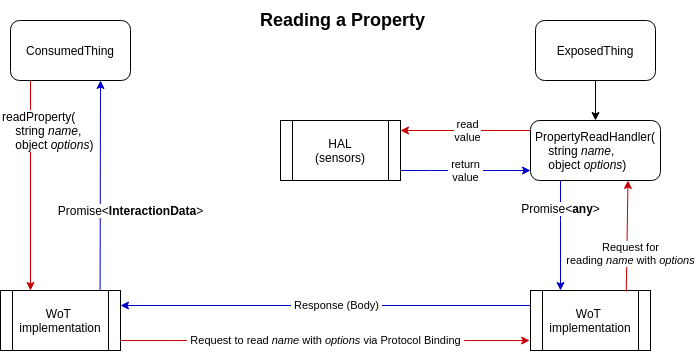
Before: wot-scripting-api/images/scripting-read-data.png, a diagram exported from draw.io (zolkis/github.io). Source tidied: cells renumbered, new cells last; positions are measured from the earlier drawing's top-left corner, leaving out a move shared by most shapes. Its diagram source:
```xml
<mxGraphModel>
  <root>
    <mxCell id="0" />
    <mxCell id="1" parent="0" />
    <mxCell id="2" value="&lt;font style=&quot;font-size: 12px&quot;&gt;readProperty(&lt;br&gt;&amp;nbsp; &amp;nbsp; string &lt;i&gt;name&lt;/i&gt;,&lt;br&gt;&amp;nbsp; &amp;nbsp; object &lt;i&gt;options&lt;/i&gt;)&lt;/font&gt;" style="edgeStyle=orthogonalEdgeStyle;rounded=0;jettySize=auto;html=1;exitX=0.25;exitY=1;exitDx=0;exitDy=0;strokeColor=#CC0000;entryX=0.25;entryY=0;entryDx=0;entryDy=0;align=left;" parent="1" edge="1" source="3" target="5">
      <mxGeometry x="-0.45" y="-30" relative="1" as="geometry">
        <Array as="points">
          <mxPoint x="30" y="80" />
        </Array>
      </mxGeometry>
    </mxCell>
    <mxCell id="3" value="ConsumedThing" style="rounded=1;whiteSpace=wrap;html=1;" parent="1" vertex="1">
      <mxGeometry x="10" y="20" width="120" height="60" as="geometry" />
    </mxCell>
    <mxCell id="4" value="&amp;nbsp;Request to read &lt;i&gt;name&lt;/i&gt; with &lt;i&gt;options&lt;/i&gt; via Protocol Binding&amp;nbsp;" style="edgeStyle=orthogonalEdgeStyle;rounded=0;jettySize=auto;html=1;exitX=1.005;exitY=0.834;exitDx=0;exitDy=0;entryX=-0.007;entryY=0.834;entryDx=0;entryDy=0;strokeColor=#CC0000;exitPerimeter=0;entryPerimeter=0;" parent="1" edge="1" source="5" target="9">
      <mxGeometry relative="1" as="geometry" />
    </mxCell>
    <mxCell id="5" value="WoT &lt;br&gt;implementation" style="shape=process;whiteSpace=wrap;html=1;backgroundOutline=1;" parent="1" vertex="1">
      <mxGeometry y="290" width="120" height="60" as="geometry" />
    </mxCell>
    <mxCell id="6" style="edgeStyle=orthogonalEdgeStyle;rounded=0;jettySize=auto;html=1;exitX=0.5;exitY=1;exitDx=0;exitDy=0;entryX=0.5;entryY=0;entryDx=0;entryDy=0;" parent="1" edge="1" source="7" target="12">
      <mxGeometry relative="1" as="geometry" />
    </mxCell>
    <mxCell id="7" value="ExposedThing" style="rounded=1;whiteSpace=wrap;html=1;" parent="1" vertex="1">
      <mxGeometry x="535" y="20" width="120" height="60" as="geometry" />
    </mxCell>
    <mxCell id="8" value="&amp;nbsp;Response (Body)&amp;nbsp;" style="edgeStyle=orthogonalEdgeStyle;rounded=0;jettySize=auto;html=1;strokeColor=#0000CC;entryX=1;entryY=0.25;entryDx=0;entryDy=0;" parent="1" edge="1" target="5">
      <mxGeometry x="-0.05" relative="1" as="geometry">
        <mxPoint x="530" y="305" as="sourcePoint" />
        <Array as="points">
          <mxPoint x="530" y="305" />
        </Array>
      </mxGeometry>
    </mxCell>
    <mxCell id="9" value="WoT &lt;br&gt;implementation" style="shape=process;whiteSpace=wrap;html=1;backgroundOutline=1;" parent="1" vertex="1">
      <mxGeometry x="530" y="290" width="120" height="60" as="geometry" />
    </mxCell>
    <mxCell id="10" value="read&lt;br&gt;value" style="edgeStyle=orthogonalEdgeStyle;rounded=0;jettySize=auto;html=1;exitX=0;exitY=0.25;exitDx=0;exitDy=0;strokeColor=#CC0000;" parent="1" edge="1" source="12" target="14">
      <mxGeometry relative="1" as="geometry">
        <Array as="points">
          <mxPoint x="530" y="130" />
        </Array>
      </mxGeometry>
    </mxCell>
    <mxCell id="11" value="&lt;font style=&quot;font-size: 12px&quot;&gt;Promise&amp;lt;&lt;b&gt;any&lt;/b&gt;&amp;gt;&lt;/font&gt;" style="edgeStyle=orthogonalEdgeStyle;rounded=0;jettySize=auto;html=1;exitX=0.25;exitY=1;exitDx=0;exitDy=0;strokeColor=#0000CC;entryX=0.25;entryY=0;entryDx=0;entryDy=0;" parent="1" edge="1" source="12" target="9">
      <mxGeometry x="-0.27" y="-10" relative="1" as="geometry">
        <Array as="points">
          <mxPoint x="560" y="220" />
          <mxPoint x="560" y="220" />
        </Array>
        <mxPoint x="10" y="-10" as="offset" />
      </mxGeometry>
    </mxCell>
    <mxCell id="12" value="&lt;div style=&quot;text-align: left&quot;&gt;&lt;span&gt;PropertyReadHandler(&lt;/span&gt;&lt;/div&gt;&lt;div style=&quot;text-align: left&quot;&gt;&lt;span&gt;&amp;nbsp; &amp;nbsp; string &lt;/span&gt;&lt;i&gt;name&lt;/i&gt;&lt;span&gt;,&lt;/span&gt;&lt;/div&gt;&lt;div style=&quot;text-align: left&quot;&gt;&lt;span&gt;&amp;nbsp; &amp;nbsp; object &lt;/span&gt;&lt;i&gt;options&lt;/i&gt;&lt;span&gt;)&lt;/span&gt;&lt;/div&gt;" style="rounded=1;whiteSpace=wrap;html=1;" parent="1" vertex="1">
      <mxGeometry x="530" y="120" width="130" height="60" as="geometry" />
    </mxCell>
    <mxCell id="13" value="&amp;nbsp;return &lt;br&gt;value" style="edgeStyle=orthogonalEdgeStyle;rounded=0;jettySize=auto;html=1;strokeColor=#0000CC;" parent="1" edge="1" source="14">
      <mxGeometry relative="1" as="geometry">
        <mxPoint x="530" y="170" as="targetPoint" />
        <Array as="points">
          <mxPoint x="430" y="170" />
          <mxPoint x="430" y="170" />
        </Array>
      </mxGeometry>
    </mxCell>
    <mxCell id="14" value="HAL&lt;br&gt;(sensors)" style="shape=process;whiteSpace=wrap;html=1;backgroundOutline=1;" parent="1" vertex="1">
      <mxGeometry x="280" y="120" width="120" height="60" as="geometry" />
    </mxCell>
    <mxCell id="15" value="Request for&lt;br&gt;reading &lt;i&gt;name&lt;/i&gt; with &lt;i&gt;options&lt;/i&gt;" style="endArrow=classic;html=1;strokeColor=#CC0000;exitX=0.798;exitY=0.018;exitDx=0;exitDy=0;exitPerimeter=0;entryX=0.75;entryY=1;entryDx=0;entryDy=0;" parent="1" edge="1" source="9" target="12">
      <mxGeometry x="-0.31" y="-4" relative="1" as="geometry" />
    </mxCell>
    <mxCell id="16" value="&lt;font style=&quot;font-size: 12px&quot;&gt;&amp;nbsp;Promise&amp;lt;&lt;b&gt;&lt;font&gt;InteractionData&lt;/font&gt;&lt;/b&gt;&amp;gt;&amp;nbsp;&lt;/font&gt;" style="endArrow=classic;html=1;strokeColor=#0000CC;exitX=0.83;exitY=-0.01;exitDx=0;exitDy=0;exitPerimeter=0;entryX=0.75;entryY=1;entryDx=0;entryDy=0;" parent="1" edge="1" source="5" target="3">
      <mxGeometry x="-0.24" y="-30" relative="1" as="geometry" />
    </mxCell>
    <mxCell id="17" value="&lt;font style=&quot;font-size: 18px&quot;&gt;&lt;b&gt;&amp;nbsp;Reading a Property&lt;/b&gt;&lt;/font&gt;" style="text;html=1;strokeColor=none;fillColor=none;align=center;verticalAlign=middle;whiteSpace=wrap;rounded=0;" parent="1" vertex="1">
      <mxGeometry x="250" width="180" height="40" as="geometry" />
    </mxCell>
  </root>
</mxGraphModel>
```
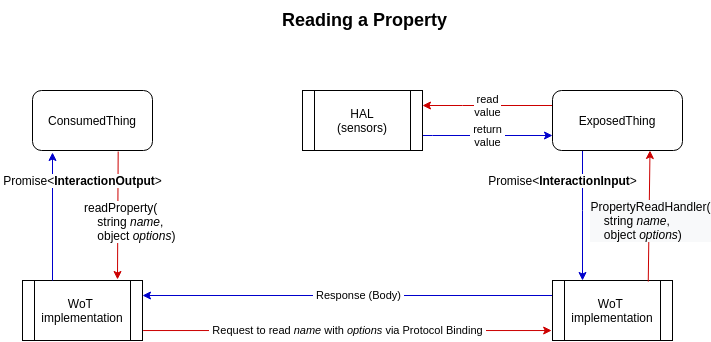
The same diagram one commit later.

Commit message:
WoT Scripting: add InteractionInput and InteractionOutput

Diff of the diagram source:
```diff
@@ -2,15 +2,17 @@
   <root>
     <mxCell id="0" />
     <mxCell id="1" parent="0" />
-    <mxCell id="2" value="&lt;font style=&quot;font-size: 12px&quot;&gt;readProperty(&lt;br&gt;&amp;nbsp; &amp;nbsp; string &lt;i&gt;name&lt;/i&gt;,&lt;br&gt;&amp;nbsp; &amp;nbsp; object &lt;i&gt;options&lt;/i&gt;)&lt;/font&gt;" style="edgeStyle=orthogonalEdgeStyle;rounded=0;jettySize=auto;html=1;exitX=0.25;exitY=1;exitDx=0;exitDy=0;strokeColor=#CC0000;entryX=0.25;entryY=0;entryDx=0;entryDy=0;align=left;" parent="1" edge="1" source="3" target="5">
-      <mxGeometry x="-0.45" y="-30" relative="1" as="geometry">
+    <mxCell id="2" value="&lt;font style=&quot;font-size: 12px&quot;&gt;readProperty(&lt;br&gt;&amp;nbsp; &amp;nbsp; string &lt;i&gt;name&lt;/i&gt;,&lt;br&gt;&amp;nbsp; &amp;nbsp; object &lt;i&gt;options&lt;/i&gt;)&lt;/font&gt;" style="edgeStyle=orthogonalEdgeStyle;rounded=0;jettySize=auto;html=1;strokeColor=#CC0000;align=left;exitX=0.714;exitY=1.017;exitDx=0;exitDy=0;exitPerimeter=0;" parent="1" edge="1" source="3">
+      <mxGeometry x="0.1" y="-35" relative="1" as="geometry">
+        <mxPoint x="95" y="289" as="targetPoint" />
         <Array as="points">
-          <mxPoint x="30" y="80" />
+          <mxPoint x="96" y="160" />
+          <mxPoint x="95" y="160" />
         </Array>
       </mxGeometry>
     </mxCell>
     <mxCell id="3" value="ConsumedThing" style="rounded=1;whiteSpace=wrap;html=1;" parent="1" vertex="1">
-      <mxGeometry x="10" y="20" width="120" height="60" as="geometry" />
+      <mxGeometry x="10" y="100" width="120" height="60" as="geometry" />
     </mxCell>
     <mxCell id="4" value="&amp;nbsp;Request to read &lt;i&gt;name&lt;/i&gt; with &lt;i&gt;options&lt;/i&gt; via Protocol Binding&amp;nbsp;" style="edgeStyle=orthogonalEdgeStyle;rounded=0;jettySize=auto;html=1;exitX=1.005;exitY=0.834;exitDx=0;exitDy=0;entryX=-0.007;entryY=0.834;entryDx=0;entryDy=0;strokeColor=#CC0000;exitPerimeter=0;entryPerimeter=0;" parent="1" edge="1" source="5" target="9">
       <mxGeometry relative="1" as="geometry" />
@@ -18,12 +20,6 @@
     <mxCell id="5" value="WoT &lt;br&gt;implementation" style="shape=process;whiteSpace=wrap;html=1;backgroundOutline=1;" parent="1" vertex="1">
       <mxGeometry y="290" width="120" height="60" as="geometry" />
     </mxCell>
-    <mxCell id="6" style="edgeStyle=orthogonalEdgeStyle;rounded=0;jettySize=auto;html=1;exitX=0.5;exitY=1;exitDx=0;exitDy=0;entryX=0.5;entryY=0;entryDx=0;entryDy=0;" parent="1" edge="1" source="7" target="12">
-      <mxGeometry relative="1" as="geometry" />
-    </mxCell>
-    <mxCell id="7" value="ExposedThing" style="rounded=1;whiteSpace=wrap;html=1;" parent="1" vertex="1">
-      <mxGeometry x="535" y="20" width="120" height="60" as="geometry" />
-    </mxCell>
     <mxCell id="8" value="&amp;nbsp;Response (Body)&amp;nbsp;" style="edgeStyle=orthogonalEdgeStyle;rounded=0;jettySize=auto;html=1;strokeColor=#0000CC;entryX=1;entryY=0.25;entryDx=0;entryDy=0;" parent="1" edge="1" target="5">
       <mxGeometry x="-0.05" relative="1" as="geometry">
         <mxPoint x="530" y="305" as="sourcePoint" />
@@ -38,42 +34,43 @@
     <mxCell id="10" value="read&lt;br&gt;value" style="edgeStyle=orthogonalEdgeStyle;rounded=0;jettySize=auto;html=1;exitX=0;exitY=0.25;exitDx=0;exitDy=0;strokeColor=#CC0000;" parent="1" edge="1" source="12" target="14">
       <mxGeometry relative="1" as="geometry">
         <Array as="points">
-          <mxPoint x="530" y="130" />
+          <mxPoint x="440" y="115" />
+          <mxPoint x="440" y="115" />
         </Array>
       </mxGeometry>
     </mxCell>
-    <mxCell id="11" value="&lt;font style=&quot;font-size: 12px&quot;&gt;Promise&amp;lt;&lt;b&gt;any&lt;/b&gt;&amp;gt;&lt;/font&gt;" style="edgeStyle=orthogonalEdgeStyle;rounded=0;jettySize=auto;html=1;exitX=0.25;exitY=1;exitDx=0;exitDy=0;strokeColor=#0000CC;entryX=0.25;entryY=0;entryDx=0;entryDy=0;" parent="1" edge="1" source="12" target="9">
-      <mxGeometry x="-0.27" y="-10" relative="1" as="geometry">
+    <mxCell id="11" value="&lt;font style=&quot;font-size: 12px&quot;&gt;Promise&amp;lt;&lt;b&gt;InteractionInput&lt;/b&gt;&amp;gt;&lt;/font&gt;" style="edgeStyle=orthogonalEdgeStyle;rounded=0;jettySize=auto;html=1;exitX=0.25;exitY=1;exitDx=0;exitDy=0;strokeColor=#0000CC;entryX=0.25;entryY=0;entryDx=0;entryDy=0;" parent="1" edge="1" source="12" target="9">
+      <mxGeometry x="-0.51" y="-20" relative="1" as="geometry">
         <Array as="points">
           <mxPoint x="560" y="220" />
           <mxPoint x="560" y="220" />
         </Array>
-        <mxPoint x="10" y="-10" as="offset" />
       </mxGeometry>
     </mxCell>
-    <mxCell id="12" value="&lt;div style=&quot;text-align: left&quot;&gt;&lt;span&gt;PropertyReadHandler(&lt;/span&gt;&lt;/div&gt;&lt;div style=&quot;text-align: left&quot;&gt;&lt;span&gt;&amp;nbsp; &amp;nbsp; string &lt;/span&gt;&lt;i&gt;name&lt;/i&gt;&lt;span&gt;,&lt;/span&gt;&lt;/div&gt;&lt;div style=&quot;text-align: left&quot;&gt;&lt;span&gt;&amp;nbsp; &amp;nbsp; object &lt;/span&gt;&lt;i&gt;options&lt;/i&gt;&lt;span&gt;)&lt;/span&gt;&lt;/div&gt;" style="rounded=1;whiteSpace=wrap;html=1;" parent="1" vertex="1">
-      <mxGeometry x="530" y="120" width="130" height="60" as="geometry" />
+    <mxCell id="12" value="&lt;div style=&quot;text-align: left&quot;&gt;ExposedThing&lt;/div&gt;" style="rounded=1;whiteSpace=wrap;html=1;" parent="1" vertex="1">
+      <mxGeometry x="530" y="100" width="130" height="60" as="geometry" />
     </mxCell>
-    <mxCell id="13" value="&amp;nbsp;return &lt;br&gt;value" style="edgeStyle=orthogonalEdgeStyle;rounded=0;jettySize=auto;html=1;strokeColor=#0000CC;" parent="1" edge="1" source="14">
+    <mxCell id="13" value="&amp;nbsp;return &lt;br&gt;value" style="edgeStyle=orthogonalEdgeStyle;rounded=0;jettySize=auto;html=1;strokeColor=#0000CC;entryX=0;entryY=0.75;entryDx=0;entryDy=0;exitX=1;exitY=0.75;exitDx=0;exitDy=0;" parent="1" edge="1" source="14" target="12">
       <mxGeometry relative="1" as="geometry">
-        <mxPoint x="530" y="170" as="targetPoint" />
         <Array as="points">
-          <mxPoint x="430" y="170" />
-          <mxPoint x="430" y="170" />
+          <mxPoint x="410" y="145" />
+          <mxPoint x="410" y="145" />
         </Array>
       </mxGeometry>
     </mxCell>
     <mxCell id="14" value="HAL&lt;br&gt;(sensors)" style="shape=process;whiteSpace=wrap;html=1;backgroundOutline=1;" parent="1" vertex="1">
-      <mxGeometry x="280" y="120" width="120" height="60" as="geometry" />
+      <mxGeometry x="280" y="100" width="120" height="60" as="geometry" />
     </mxCell>
-    <mxCell id="15" value="Request for&lt;br&gt;reading &lt;i&gt;name&lt;/i&gt; with &lt;i&gt;options&lt;/i&gt;" style="endArrow=classic;html=1;strokeColor=#CC0000;exitX=0.798;exitY=0.018;exitDx=0;exitDy=0;exitPerimeter=0;entryX=0.75;entryY=1;entryDx=0;entryDy=0;" parent="1" edge="1" source="9" target="12">
-      <mxGeometry x="-0.31" y="-4" relative="1" as="geometry" />
+    <mxCell id="15" value="&lt;div style=&quot;font-size: 12px ; background-color: rgb(248 , 249 , 250) ; text-align: left&quot;&gt;PropertyReadHandler(&lt;/div&gt;&lt;div style=&quot;font-size: 12px ; background-color: rgb(248 , 249 , 250) ; text-align: left&quot;&gt;&amp;nbsp; &amp;nbsp; string&amp;nbsp;&lt;i&gt;name&lt;/i&gt;,&lt;/div&gt;&lt;div style=&quot;text-align: left ; font-size: 12px ; background-color: rgb(248 , 249 , 250)&quot;&gt;&amp;nbsp; &amp;nbsp; object&amp;nbsp;&lt;i&gt;options&lt;/i&gt;)&lt;/div&gt;" style="endArrow=classic;html=1;strokeColor=#CC0000;exitX=0.798;exitY=0.018;exitDx=0;exitDy=0;exitPerimeter=0;entryX=0.75;entryY=1;entryDx=0;entryDy=0;" parent="1" edge="1" source="9" target="12">
+      <mxGeometry x="-0.07" y="-1" relative="1" as="geometry" />
     </mxCell>
-    <mxCell id="16" value="&lt;font style=&quot;font-size: 12px&quot;&gt;&amp;nbsp;Promise&amp;lt;&lt;b&gt;&lt;font&gt;InteractionData&lt;/font&gt;&lt;/b&gt;&amp;gt;&amp;nbsp;&lt;/font&gt;" style="endArrow=classic;html=1;strokeColor=#0000CC;exitX=0.83;exitY=-0.01;exitDx=0;exitDy=0;exitPerimeter=0;entryX=0.75;entryY=1;entryDx=0;entryDy=0;" parent="1" edge="1" source="5" target="3">
-      <mxGeometry x="-0.24" y="-30" relative="1" as="geometry" />
+    <mxCell id="16" value="&lt;font style=&quot;font-size: 12px&quot;&gt;&amp;nbsp;Promise&amp;lt;&lt;b&gt;&lt;font&gt;InteractionOutput&lt;/font&gt;&lt;/b&gt;&amp;gt;&amp;nbsp;&lt;/font&gt;" style="endArrow=classic;html=1;strokeColor=#0000CC;exitX=0.25;exitY=0;exitDx=0;exitDy=0;" parent="1" edge="1" source="5">
+      <mxGeometry x="0.56" y="-30" relative="1" as="geometry">
+        <mxPoint x="30" y="162" as="targetPoint" />
+      </mxGeometry>
     </mxCell>
     <mxCell id="17" value="&lt;font style=&quot;font-size: 18px&quot;&gt;&lt;b&gt;&amp;nbsp;Reading a Property&lt;/b&gt;&lt;/font&gt;" style="text;html=1;strokeColor=none;fillColor=none;align=center;verticalAlign=middle;whiteSpace=wrap;rounded=0;" parent="1" vertex="1">
-      <mxGeometry x="250" width="180" height="40" as="geometry" />
+      <mxGeometry x="250" y="10" width="180" height="40" as="geometry" />
     </mxCell>
   </root>
 </mxGraphModel>
```
